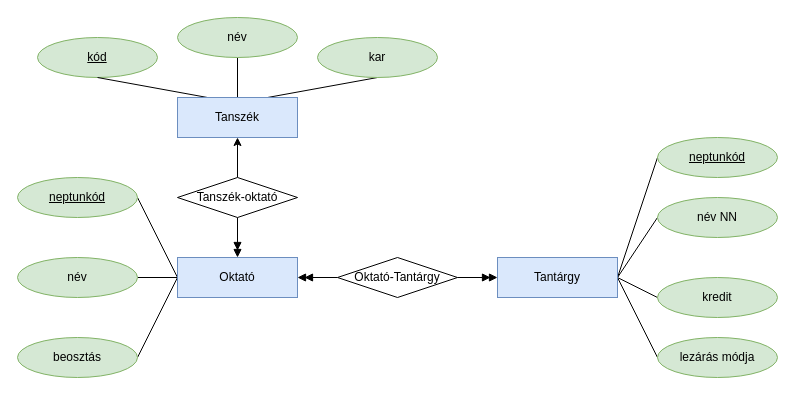
The draw.io diagram HR6121_1004/HR6121_4.1.1.drawio in HonDaniel/HR6121_DB1Gyak, before the edit. Source tidied: cells renumbered, new cells numbered last; positions are measured from the earlier drawing's top-left corner, leaving out a move shared by most shapes. Both pictures are drawn from the tidied source at 100%, with x=0, y=0 at pixel (17, 17).
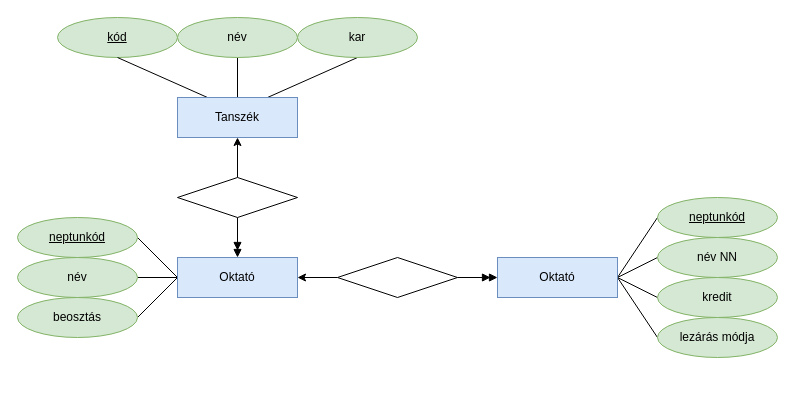
The same page after the edit.

Unchanged cells that the change refers to:
```xml
<mxCell id="6" value="Tanszék" style="rounded=0;whiteSpace=wrap;html=1;fillColor=#dae8fc;strokeColor=#6c8ebf;" parent="1" vertex="1">
  <mxGeometry x="160" y="80" width="120" height="40" as="geometry" />
</mxCell>
<mxCell id="12" value="Oktató" style="rounded=0;whiteSpace=wrap;html=1;fillColor=#dae8fc;strokeColor=#6c8ebf;" parent="1" vertex="1">
  <mxGeometry x="160" y="240" width="120" height="40" as="geometry" />
</mxCell>
<mxCell id="14" value="név" style="ellipse;whiteSpace=wrap;html=1;fillColor=#d5e8d4;strokeColor=#82b366;" parent="1" vertex="1">
  <mxGeometry y="240" width="120" height="40" as="geometry" />
</mxCell>
<mxCell id="29" value="kredit" style="ellipse;whiteSpace=wrap;html=1;fillColor=#d5e8d4;strokeColor=#82b366;" parent="1" vertex="1">
  <mxGeometry x="640" y="260" width="120" height="40" as="geometry" />
</mxCell>
```

What changed in the source:
```diff
@@
     <mxCell id="2" value="&lt;u&gt;kód&lt;/u&gt;" style="ellipse;whiteSpace=wrap;html=1;fillColor=#d5e8d4;strokeColor=#82b366;" parent="1" vertex="1">
-      <mxGeometry x="20" y="20" width="120" height="40" as="geometry" />
+      <mxGeometry x="40" width="120" height="40" as="geometry" />
     </mxCell>
@@
     <mxCell id="8" value="kar" style="ellipse;whiteSpace=wrap;html=1;fillColor=#d5e8d4;strokeColor=#82b366;" parent="1" vertex="1">
-      <mxGeometry x="300" y="20" width="120" height="40" as="geometry" />
+      <mxGeometry x="280" width="120" height="40" as="geometry" />
     </mxCell>
-    <mxCell id="9" style="edgeStyle=none;rounded=0;jettySize=auto;html=1;entryX=1;entryY=0.5;entryDx=0;entryDy=0;endArrow=none;endFill=0;" parent="1" edge="1" target="15">
-      <mxGeometry relative="1" as="geometry">
-        <mxPoint x="160" y="260" as="sourcePoint" />
-      </mxGeometry>
-    </mxCell>
-    <mxCell id="10" style="edgeStyle=none;rounded=0;jettySize=auto;html=1;entryX=1;entryY=0.5;entryDx=0;entryDy=0;endArrow=none;endFill=0;" parent="1" edge="1" target="14">
-      <mxGeometry relative="1" as="geometry">
-        <mxPoint x="160" y="260" as="sourcePoint" />
-      </mxGeometry>
-    </mxCell>
-    <mxCell id="11" style="edgeStyle=none;rounded=0;jettySize=auto;html=1;exitX=0;exitY=0.5;exitDx=0;exitDy=0;entryX=1;entryY=0.5;entryDx=0;entryDy=0;endArrow=none;endFill=0;" parent="1" edge="1" source="12" target="13">
-      <mxGeometry relative="1" as="geometry" />
-    </mxCell>
+    <mxCell id="31" style="edgeStyle=none;rounded=0;jettySize=auto;html=1;entryX=1;entryY=0.5;entryDx=0;entryDy=0;endArrow=none;endFill=0;" parent="1" edge="1" target="15">
+      <mxGeometry relative="1" as="geometry">
+        <mxPoint x="160" y="260" as="sourcePoint" />
+      </mxGeometry>
+    </mxCell>
+    <mxCell id="32" style="edgeStyle=none;rounded=0;jettySize=auto;html=1;entryX=1;entryY=0.5;entryDx=0;entryDy=0;endArrow=none;endFill=0;" parent="1" edge="1" target="14">
+      <mxGeometry relative="1" as="geometry">
+        <mxPoint x="160" y="260" as="sourcePoint" />
+      </mxGeometry>
+    </mxCell>
+    <mxCell id="33" style="edgeStyle=none;rounded=0;jettySize=auto;html=1;exitX=0;exitY=0.5;exitDx=0;exitDy=0;entryX=1;entryY=0.5;entryDx=0;entryDy=0;endArrow=none;endFill=0;" parent="1" edge="1" source="12" target="34">
+      <mxGeometry relative="1" as="geometry" />
+    </mxCell>
@@
-    <mxCell id="13" value="&lt;u&gt;neptunkód&lt;/u&gt;" style="ellipse;whiteSpace=wrap;html=1;fillColor=#d5e8d4;strokeColor=#82b366;" parent="1" vertex="1">
-      <mxGeometry y="160" width="120" height="40" as="geometry" />
-    </mxCell>
+    <mxCell id="34" value="&lt;u&gt;neptunkód&lt;/u&gt;" style="ellipse;whiteSpace=wrap;html=1;fillColor=#d5e8d4;strokeColor=#82b366;" parent="1" vertex="1">
+      <mxGeometry y="200" width="120" height="40" as="geometry" />
+    </mxCell>
@@
     <mxCell id="15" value="beosztás" style="ellipse;whiteSpace=wrap;html=1;fillColor=#d5e8d4;strokeColor=#82b366;" parent="1" vertex="1">
-      <mxGeometry y="320" width="120" height="40" as="geometry" />
+      <mxGeometry y="280" width="120" height="40" as="geometry" />
     </mxCell>
-    <mxCell id="16" style="edgeStyle=none;rounded=0;jettySize=auto;html=1;exitX=0.5;exitY=1;exitDx=0;exitDy=0;entryX=0.5;entryY=0;entryDx=0;entryDy=0;endArrow=doubleBlock;endFill=1;" parent="1" edge="1" source="18" target="12">
-      <mxGeometry relative="1" as="geometry" />
-    </mxCell>
-    <mxCell id="17" style="edgeStyle=none;rounded=0;jettySize=auto;html=1;exitX=0.5;exitY=0;exitDx=0;exitDy=0;entryX=0.5;entryY=1;entryDx=0;entryDy=0;endArrow=classic;endFill=1;" parent="1" edge="1" source="18" target="6">
-      <mxGeometry relative="1" as="geometry" />
-    </mxCell>
-    <mxCell id="18" value="Tanszék-oktató" style="rhombus;whiteSpace=wrap;html=1;" parent="1" vertex="1">
-      <mxGeometry x="160" y="160" width="120" height="40" as="geometry" />
-    </mxCell>
-    <mxCell id="19" style="edgeStyle=none;rounded=0;jettySize=auto;html=1;exitX=1;exitY=0.5;exitDx=0;exitDy=0;entryX=0;entryY=0.5;entryDx=0;entryDy=0;endArrow=none;endFill=0;" parent="1" edge="1" source="23" target="27">
-      <mxGeometry relative="1" as="geometry" />
-    </mxCell>
-    <mxCell id="20" style="edgeStyle=none;rounded=0;jettySize=auto;html=1;exitX=1;exitY=0.5;exitDx=0;exitDy=0;entryX=0;entryY=0.5;entryDx=0;entryDy=0;endArrow=none;endFill=0;" parent="1" edge="1" source="23" target="28">
-      <mxGeometry relative="1" as="geometry" />
-    </mxCell>
-    <mxCell id="21" style="edgeStyle=none;rounded=0;jettySize=auto;html=1;exitX=1;exitY=0.5;exitDx=0;exitDy=0;entryX=0;entryY=0.5;entryDx=0;entryDy=0;endArrow=none;endFill=0;" parent="1" edge="1" source="23" target="29">
-      <mxGeometry relative="1" as="geometry" />
-    </mxCell>
-    <mxCell id="22" style="edgeStyle=none;rounded=0;jettySize=auto;html=1;exitX=1;exitY=0.5;exitDx=0;exitDy=0;entryX=0;entryY=0.5;entryDx=0;entryDy=0;endArrow=none;endFill=0;" parent="1" edge="1" source="23" target="30">
-      <mxGeometry relative="1" as="geometry" />
-    </mxCell>
-    <mxCell id="23" value="Tantárgy" style="rounded=0;whiteSpace=wrap;html=1;fillColor=#dae8fc;strokeColor=#6c8ebf;" parent="1" vertex="1">
-      <mxGeometry x="480" y="240" width="120" height="40" as="geometry" />
-    </mxCell>
-    <mxCell id="24" style="edgeStyle=none;rounded=0;jettySize=auto;html=1;exitX=1;exitY=0.5;exitDx=0;exitDy=0;entryX=0;entryY=0.5;entryDx=0;entryDy=0;endArrow=doubleBlock;endFill=1;" parent="1" edge="1" source="26" target="23">
-      <mxGeometry relative="1" as="geometry" />
-    </mxCell>
-    <mxCell id="25" style="edgeStyle=none;rounded=0;jettySize=auto;html=1;exitX=0;exitY=0.5;exitDx=0;exitDy=0;endArrow=doubleBlock;endFill=1;" parent="1" edge="1" source="26" target="12">
-      <mxGeometry relative="1" as="geometry" />
-    </mxCell>
-    <mxCell id="26" value="Oktató-Tantárgy" style="rhombus;whiteSpace=wrap;html=1;" parent="1" vertex="1">
-      <mxGeometry x="320" y="240" width="120" height="40" as="geometry" />
-    </mxCell>
-    <mxCell id="27" value="&lt;u&gt;neptunkód&lt;/u&gt;" style="ellipse;whiteSpace=wrap;html=1;fillColor=#d5e8d4;strokeColor=#82b366;" parent="1" vertex="1">
-      <mxGeometry x="640" y="120" width="120" height="40" as="geometry" />
-    </mxCell>
+    <mxCell id="35" style="edgeStyle=none;rounded=0;jettySize=auto;html=1;exitX=0.5;exitY=1;exitDx=0;exitDy=0;entryX=0.5;entryY=0;entryDx=0;entryDy=0;endArrow=doubleBlock;endFill=1;" parent="1" edge="1" source="37" target="12">
+      <mxGeometry relative="1" as="geometry" />
+    </mxCell>
+    <mxCell id="36" style="edgeStyle=none;rounded=0;jettySize=auto;html=1;exitX=0.5;exitY=0;exitDx=0;exitDy=0;entryX=0.5;entryY=1;entryDx=0;entryDy=0;endArrow=classic;endFill=1;" parent="1" edge="1" source="37" target="6">
+      <mxGeometry relative="1" as="geometry" />
+    </mxCell>
+    <mxCell id="37" style="rhombus;whiteSpace=wrap;html=1;" parent="1" vertex="1">
+      <mxGeometry x="160" y="160" width="120" height="40" as="geometry" />
+    </mxCell>
+    <mxCell id="38" style="edgeStyle=none;rounded=0;jettySize=auto;html=1;exitX=1;exitY=0.5;exitDx=0;exitDy=0;entryX=0;entryY=0.5;entryDx=0;entryDy=0;endArrow=none;endFill=0;" parent="1" edge="1" source="42" target="46">
+      <mxGeometry relative="1" as="geometry" />
+    </mxCell>
+    <mxCell id="39" style="edgeStyle=none;rounded=0;jettySize=auto;html=1;exitX=1;exitY=0.5;exitDx=0;exitDy=0;entryX=0;entryY=0.5;entryDx=0;entryDy=0;endArrow=none;endFill=0;" parent="1" edge="1" source="42" target="28">
+      <mxGeometry relative="1" as="geometry" />
+    </mxCell>
+    <mxCell id="40" style="edgeStyle=none;rounded=0;jettySize=auto;html=1;exitX=1;exitY=0.5;exitDx=0;exitDy=0;entryX=0;entryY=0.5;entryDx=0;entryDy=0;endArrow=none;endFill=0;" parent="1" edge="1" source="42" target="29">
+      <mxGeometry relative="1" as="geometry" />
+    </mxCell>
+    <mxCell id="41" style="edgeStyle=none;rounded=0;jettySize=auto;html=1;exitX=1;exitY=0.5;exitDx=0;exitDy=0;entryX=0;entryY=0.5;entryDx=0;entryDy=0;endArrow=none;endFill=0;" parent="1" edge="1" source="42" target="30">
+      <mxGeometry relative="1" as="geometry" />
+    </mxCell>
+    <mxCell id="42" value="Oktató" style="rounded=0;whiteSpace=wrap;html=1;fillColor=#dae8fc;strokeColor=#6c8ebf;" parent="1" vertex="1">
+      <mxGeometry x="480" y="240" width="120" height="40" as="geometry" />
+    </mxCell>
+    <mxCell id="43" style="edgeStyle=none;rounded=0;jettySize=auto;html=1;exitX=1;exitY=0.5;exitDx=0;exitDy=0;entryX=0;entryY=0.5;entryDx=0;entryDy=0;endArrow=doubleBlock;endFill=1;" parent="1" edge="1" source="45" target="42">
+      <mxGeometry relative="1" as="geometry" />
+    </mxCell>
+    <mxCell id="44" style="edgeStyle=none;rounded=0;jettySize=auto;html=1;exitX=0;exitY=0.5;exitDx=0;exitDy=0;endArrow=classic;endFill=1;" parent="1" edge="1" source="45" target="12">
+      <mxGeometry relative="1" as="geometry" />
+    </mxCell>
+    <mxCell id="45" style="rhombus;whiteSpace=wrap;html=1;" parent="1" vertex="1">
+      <mxGeometry x="320" y="240" width="120" height="40" as="geometry" />
+    </mxCell>
+    <mxCell id="46" value="&lt;u&gt;neptunkód&lt;/u&gt;" style="ellipse;whiteSpace=wrap;html=1;fillColor=#d5e8d4;strokeColor=#82b366;" parent="1" vertex="1">
+      <mxGeometry x="640" y="180" width="120" height="40" as="geometry" />
+    </mxCell>
     <mxCell id="28" value="név NN" style="ellipse;whiteSpace=wrap;html=1;fillColor=#d5e8d4;strokeColor=#82b366;" parent="1" vertex="1">
-      <mxGeometry x="640" y="180" width="120" height="40" as="geometry" />
+      <mxGeometry x="640" y="220" width="120" height="40" as="geometry" />
     </mxCell>
@@
     <mxCell id="30" value="lezárás módja" style="ellipse;whiteSpace=wrap;html=1;fillColor=#d5e8d4;strokeColor=#82b366;" parent="1" vertex="1">
-      <mxGeometry x="640" y="320" width="120" height="40" as="geometry" />
+      <mxGeometry x="640" y="300" width="120" height="40" as="geometry" />
     </mxCell>
```
